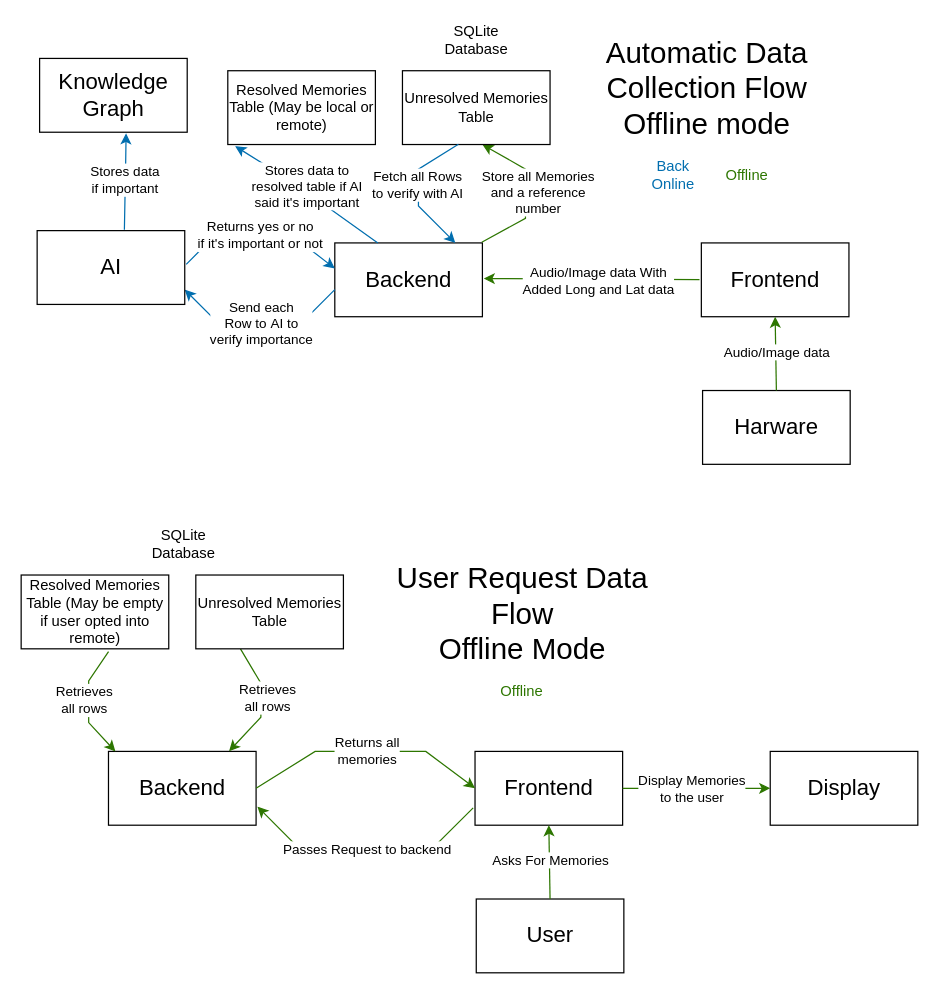
Above: docs/data-flow/Offline-Data-Flow.drawio in Encore-sd/Encore (draw.io), before the change. Source tidied: cells renumbered, new cells numbered last; positions are measured from the earlier drawing's top-left corner, leaving out a move shared by most shapes. Both pictures are drawn from the tidied source at 123%, with x=0, y=0 at pixel (21, 21).
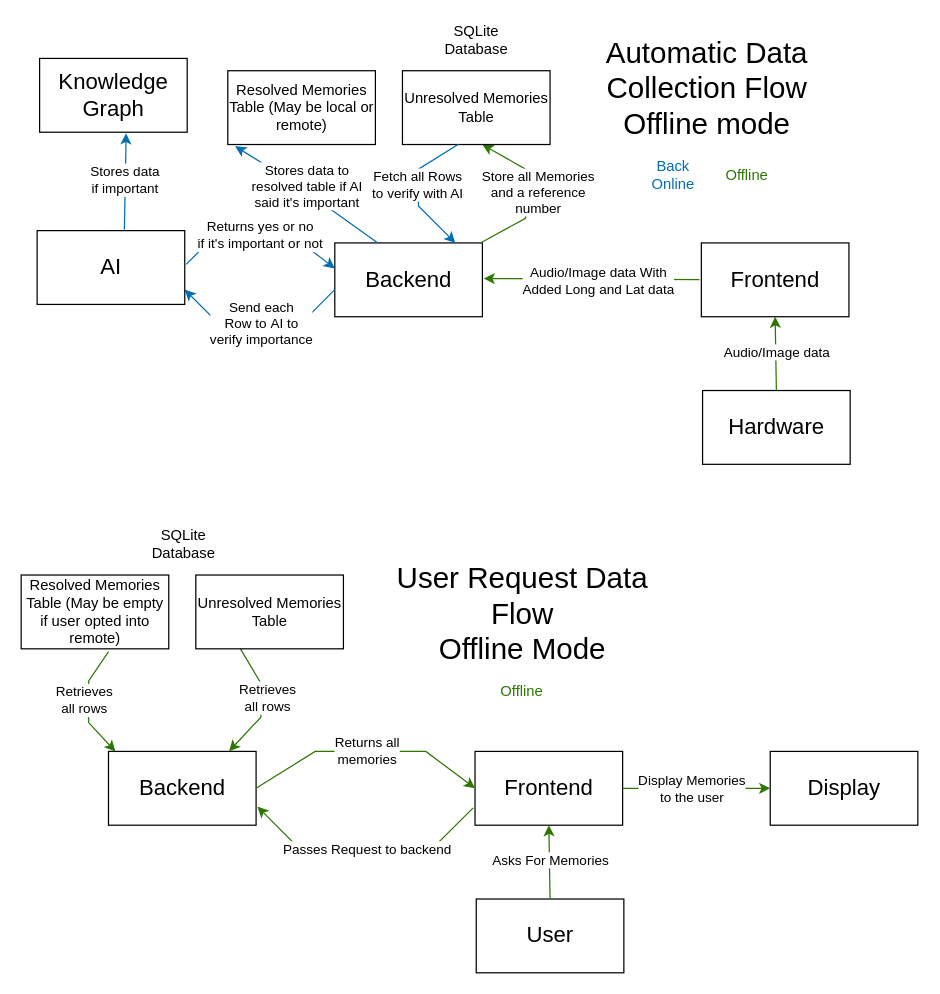
Above is the later version.

Commit message (it also covers changes not shown here):
docs(data-flow): Fixed typo

Change to the diagram source:
```diff
@@
-    <mxCell id="5" value="&lt;font style=&quot;font-size: 18px;&quot;&gt;Harware&lt;/font&gt;" style="rounded=0;whiteSpace=wrap;html=1;" parent="1" vertex="1">
+    <mxCell id="5" value="&lt;font style=&quot;font-size: 18px;&quot;&gt;Hardware&lt;/font&gt;" style="rounded=0;whiteSpace=wrap;html=1;" parent="1" vertex="1">
       <mxGeometry x="553.7" y="300" width="120" height="60" as="geometry" />
     </mxCell>
```
